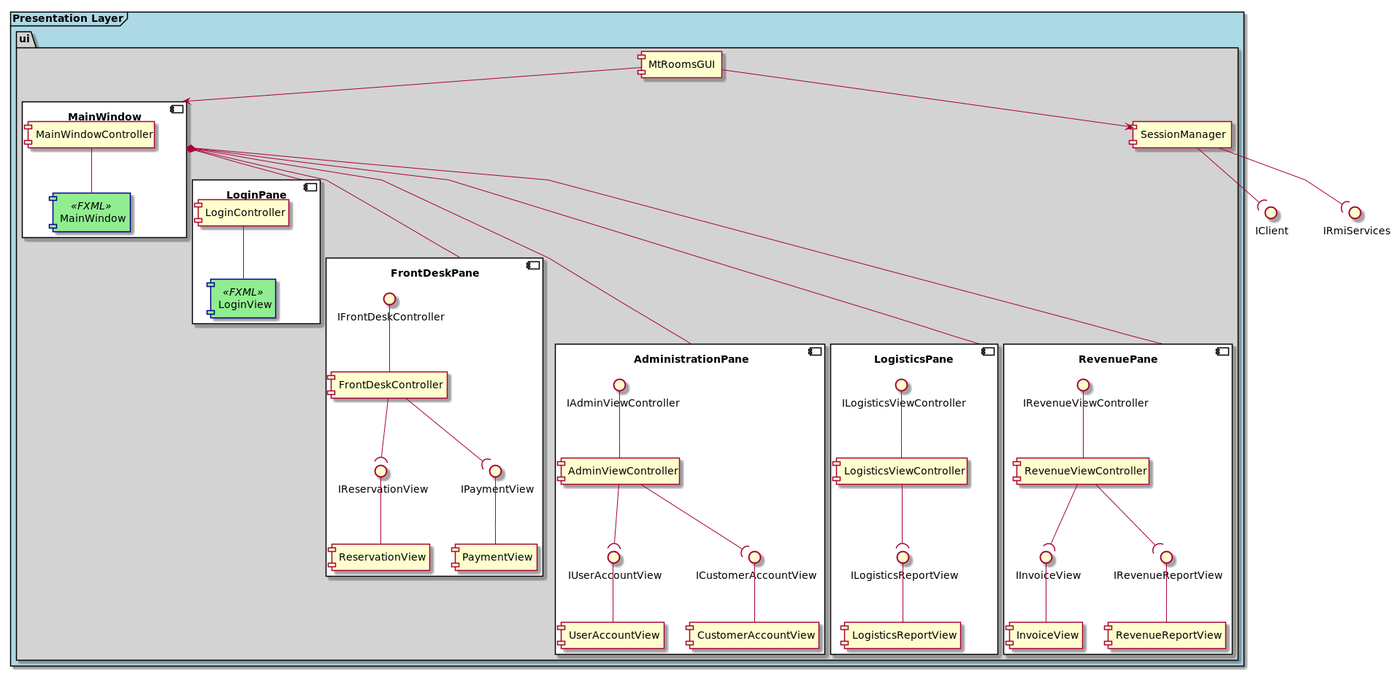
Above: docs/uml/architecture/frontend.png in BBKbeam/mtRooms (PlantUML), before the change. Its diagram source:
```plantuml
@startuml

skinparam linetype polyline

skinparam package {
    backgroundColor lightgrey
}

skinparam component {
	BackgroundColor<<FXML>> LightGreen
	ArrowColor<<FXML>> DarkBlue
	BorderColor<<FXML>> DarkBlue
}

interface IClient
interface IRmiServices

frame "Presentation Layer" #lightblue {
    package "ui" {
        component MtRoomsGUI
        component SessionManager

        component MainWindow #white {
            component MainWindowController
            component MainWindow <<FXML>> as MainWindowView

            MainWindowController -- MainWindowView
        }

        component LoginPane #white {
            component LoginController
            component LoginView <<FXML>> as LoginView

            LoginController -- LoginView
        }


        component FrontDeskPane #white {
            IFrontDeskController -- [FrontDeskController]
            IReservationView -- [ReservationView]
            IPaymentView -- [PaymentView]

            FrontDeskController --( IReservationView
            FrontDeskController --( IPaymentView
        }

        component AdministrationPane #white {
            IAdminViewController -- [AdminViewController]
            IUserAccountView -- [UserAccountView]
            ICustomerAccountView -- [CustomerAccountView]

            AdminViewController --( IUserAccountView
            AdminViewController --( ICustomerAccountView
        }

        component LogisticsPane #white {
            ILogisticsViewController -- [LogisticsViewController]
            ILogisticsReportView -- [LogisticsReportView]

            LogisticsViewController --( ILogisticsReportView
        }

        component RevenuePane #white {
            IRevenueViewController -- [RevenueViewController]
            IInvoiceView -- [InvoiceView]
            IRevenueReportView -- [RevenueReportView]

            RevenueViewController --( IInvoiceView
            RevenueViewController --( IRevenueReportView
        }

        MtRoomsGUI --> SessionManager
        SessionManager --( IRmiServices
        SessionManager --( IClient

        MtRoomsGUI -down-> MainWindow
        MainWindow *-down- LoginPane
        MainWindow *--down- FrontDeskPane
        MainWindow *--down-- AdministrationPane
        MainWindow *--down-- LogisticsPane
        MainWindow *--down-- RevenuePane

    }
}

@enduml
```
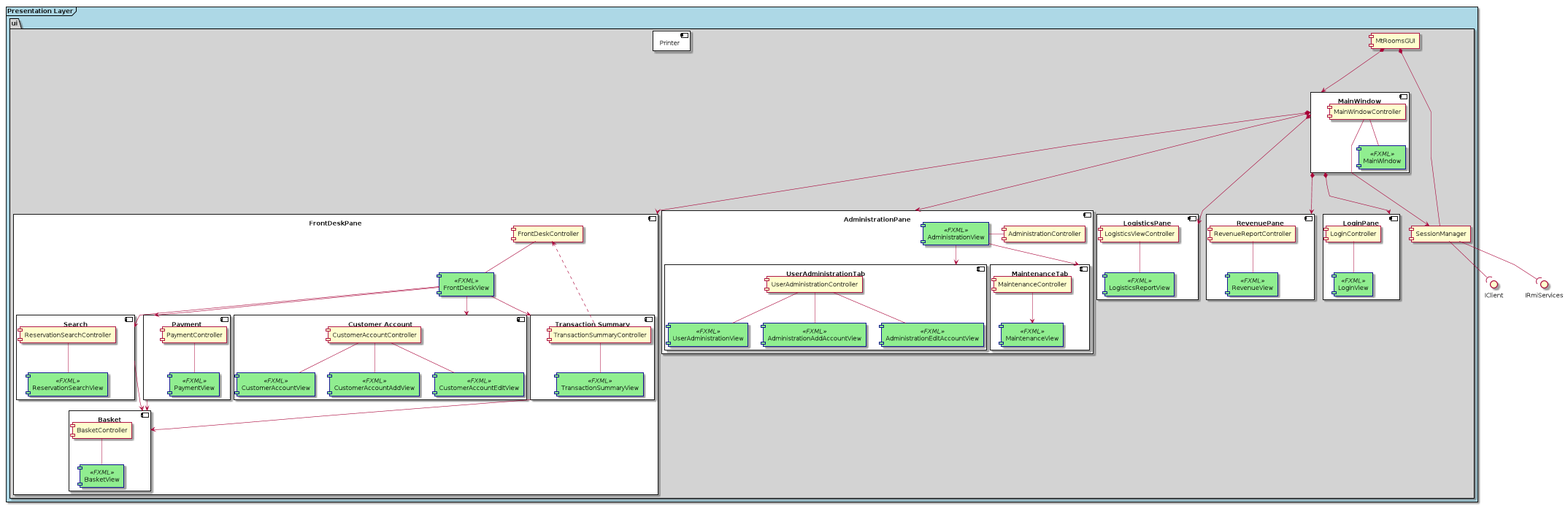
After the commit.

Commit message:
[uml] Expanded front-end component diagram

What changed in the source:
```diff
@@ -19,6 +19,9 @@
     package "ui" {
         component MtRoomsGUI
         component SessionManager
+        component Printer {
+
+        }
 
         component MainWindow #white {
             component MainWindowController
@@ -34,52 +37,115 @@
             LoginController -- LoginView
         }
 
+        component FrontDeskPane #white {
+            component FrontDeskController
+            component FrontDeskView <<FXML>> as FrontDeskView
 
-        component FrontDeskPane #white {
-            IFrontDeskController -- [FrontDeskController]
-            IReservationView -- [ReservationView]
-            IPaymentView -- [PaymentView]
+            FrontDeskController -- FrontDeskView
 
-            FrontDeskController --( IReservationView
-            FrontDeskController --( IPaymentView
+            component "Customer Account" as CustAcc {
+                component CustomerAccountController
+                component CustomerAccountView <<FXML>> as CustomerAccountView
+                component CustomerAccountAddView <<FXML>> as CustomerAccountAddView
+                component CustomerAccountEditView <<FXML>> as CustomerAccountEditView
+
+                CustomerAccountController -- CustomerAccountView
+                CustomerAccountController -- CustomerAccountAddView
+                CustomerAccountController -- CustomerAccountEditView
+            }
+
+            component "Search" {
+                component ReservationSearchController
+                component ReservationSearchView <<FXML>> as ReservationSearchView
+
+                 ReservationSearchController -- ReservationSearchView
+            }
+
+            component Basket {
+                component BasketController
+                component BasketView <<FXML>> as BasketView
+
+                BasketController -- BasketView
+            }
+
+            component Payment {
+                component PaymentController
+                component PaymentView <<FXML>> as PaymentView
+
+                PaymentController -- PaymentView
+            }
+
+            component "Transaction Summary" as Summary {
+                component TransactionSummaryController
+                component TransactionSummaryView <<FXML>> as TransactionSummaryView
+
+                TransactionSummaryController -- TransactionSummaryView
+            }
+
+            FrontDeskView --> CustAcc
+            FrontDeskView --> Search
+            FrontDeskView --> Payment
+            FrontDeskView --> Summary
+
+            Search ---> Basket
+            Payment ---> Basket
+            Summary ---> Basket
+
+            FrontDeskController <... TransactionSummaryController
         }
 
         component AdministrationPane #white {
-            IAdminViewController -- [AdminViewController]
-            IUserAccountView -- [UserAccountView]
-            ICustomerAccountView -- [CustomerAccountView]
+            component AdministrationController
+            component AdministrationView <<FXML>> as AdministrationView
 
-            AdminViewController --( IUserAccountView
-            AdminViewController --( ICustomerAccountView
+            component UserAdministrationTab {
+                component UserAdministrationController
+                component UserAdministrationView <<FXML>> as UserAdministrationView
+                component AdministrationAddAccountView <<FXML>> as AdministrationAddAccountView
+                component AdministrationEditAccountView <<FXML>> as AdministrationEditAccountView
+
+                UserAdministrationController -- UserAdministrationView
+                UserAdministrationController -- AdministrationAddAccountView
+                UserAdministrationController -- AdministrationEditAccountView
+            }
+            component MaintenanceTab {
+                component MaintenanceController
+                component MaintenanceView <<FXML>> as MaintenanceView
+
+                MaintenanceController --> MaintenanceView
+            }
+
+            AdministrationController -left- AdministrationView
+            AdministrationView --> UserAdministrationTab
+            AdministrationView --> MaintenanceTab
         }
 
         component LogisticsPane #white {
-            ILogisticsViewController -- [LogisticsViewController]
-            ILogisticsReportView -- [LogisticsReportView]
+            component LogisticsViewController
+            component LogisticsReportView <<FXML>> as LogisticsReportView
 
-            LogisticsViewController --( ILogisticsReportView
+            LogisticsViewController -- LogisticsReportView
         }
 
         component RevenuePane #white {
-            IRevenueViewController -- [RevenueViewController]
-            IInvoiceView -- [InvoiceView]
-            IRevenueReportView -- [RevenueReportView]
+            component RevenueReportController
+            component RevenueView <<FXML>> as RevenueReportView
 
-            RevenueViewController --( IInvoiceView
-            RevenueViewController --( IRevenueReportView
+            RevenueReportController -- RevenueReportView
         }
 
-        MtRoomsGUI --> SessionManager
+        MainWindowController -> SessionManager
         SessionManager --( IRmiServices
         SessionManager --( IClient
 
-        MtRoomsGUI -down-> MainWindow
-        MainWindow *-down- LoginPane
-        MainWindow *--down- FrontDeskPane
-        MainWindow *--down-- AdministrationPane
-        MainWindow *--down-- LogisticsPane
-        MainWindow *--down-- RevenuePane
+        MtRoomsGUI *-down--> MainWindow
+        MainWindow *-down---> LoginPane
+        MainWindow *--down--> FrontDeskPane
+        MainWindow *--down--> AdministrationPane
+        MainWindow *--down--> LogisticsPane
+        MainWindow *--down--> RevenuePane
 
+        MtRoomsGUI *------ SessionManager
     }
 }
 
```
